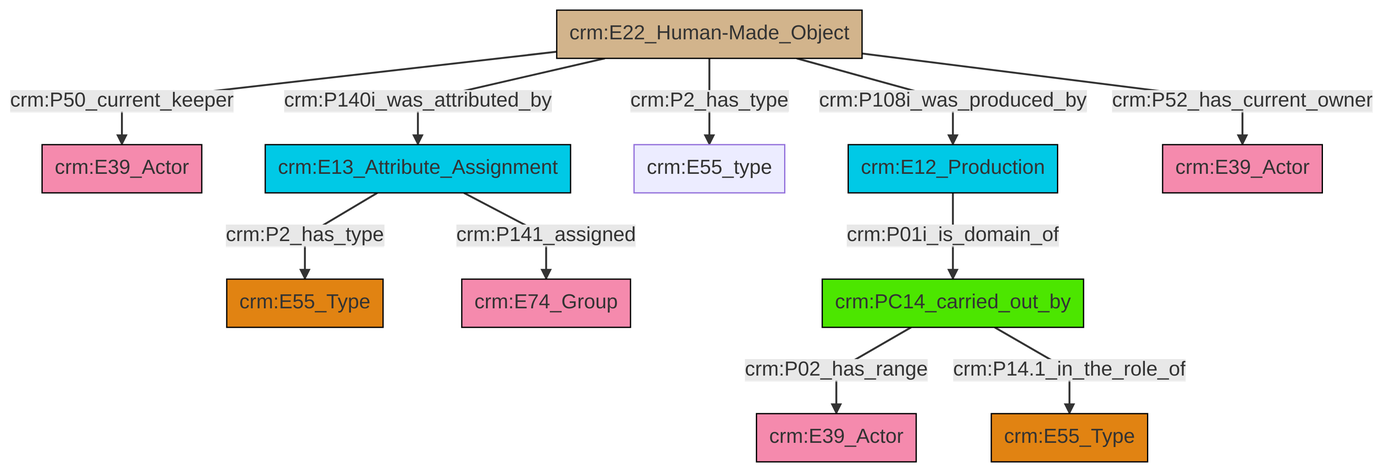
Earlier version of the Mermaid export et/artworkCSV/ttl/mmd/png/Artwork_Actor_Relations.png (swiss-art-research-net/reference-data-models). Its source is kept beside it as et/artworkCSV/ttl/mmd/Artwork_Actor_Relations.ttl.mmd.
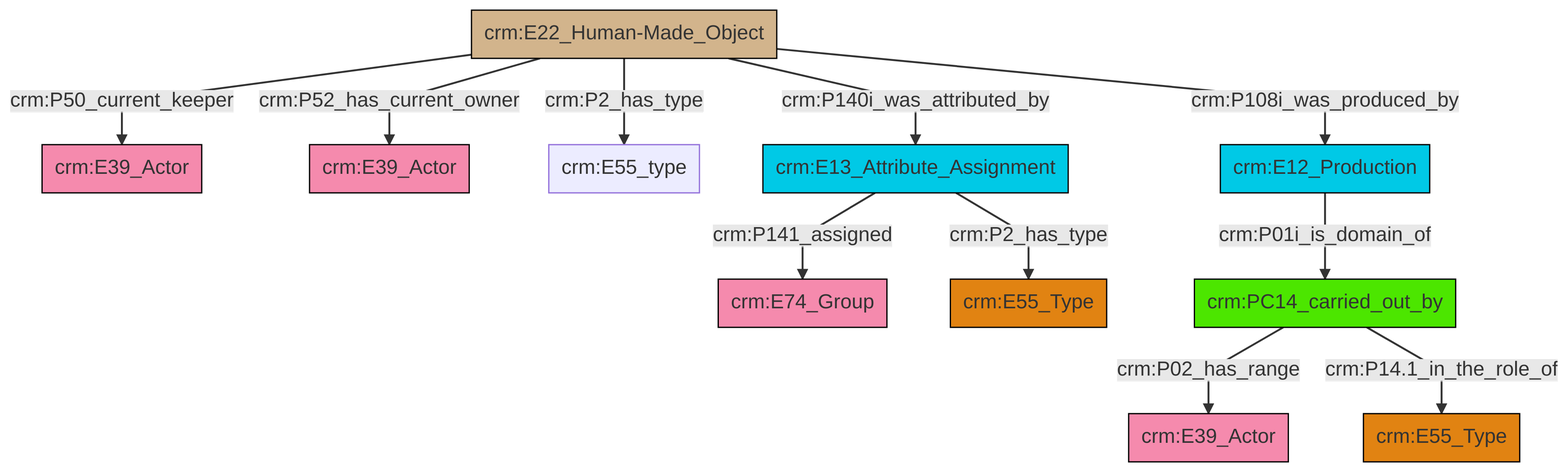
After the commit.

Change to the diagram source:
```diff
@@ -13,13 +13,13 @@
 classDef PC_Classes fill:#4ce600, stroke:#000000;
 classDef Multi fill:#cccccc,stroke:#000000;
 
-0["crm:E22_Human-Made_Object"]:::Physical_Thing -->|crm:P50_current_keeper| 1["crm:E39_Actor"]:::Actor
-0["crm:E22_Human-Made_Object"]:::Physical_Thing -->|crm:P140i_was_attributed_by| 4["crm:E13_Attribute_Assignment"]:::Temporal_Entity
-0["crm:E22_Human-Made_Object"]:::Physical_Thing -->|crm:P2_has_type| 7["crm:E55_type"]:::Default
-4["crm:E13_Attribute_Assignment"]:::Temporal_Entity -->|crm:P2_has_type| 2["crm:E55_Type"]:::Type
-5["crm:PC14_carried_out_by"]:::PC_Classes -->|crm:P02_has_range| 14["crm:E39_Actor"]:::Actor
-0["crm:E22_Human-Made_Object"]:::Physical_Thing -->|crm:P108i_was_produced_by| 16["crm:E12_Production"]:::Temporal_Entity
-16["crm:E12_Production"]:::Temporal_Entity -->|crm:P01i_is_domain_of| 5["crm:PC14_carried_out_by"]:::PC_Classes
-5["crm:PC14_carried_out_by"]:::PC_Classes -->|crm:P14.1_in_the_role_of| 12["crm:E55_Type"]:::Type
-4["crm:E13_Attribute_Assignment"]:::Temporal_Entity -->|crm:P141_assigned| 9["crm:E74_Group"]:::Actor
-0["crm:E22_Human-Made_Object"]:::Physical_Thing -->|crm:P52_has_current_owner| 19["crm:E39_Actor"]:::Actor
+0["crm:E13_Attribute_Assignment"]:::Temporal_Entity -->|crm:P141_assigned| 1["crm:E74_Group"]:::Actor
+2["crm:E22_Human-Made_Object"]:::Physical_Thing -->|crm:P50_current_keeper| 3["crm:E39_Actor"]:::Actor
+2["crm:E22_Human-Made_Object"]:::Physical_Thing -->|crm:P52_has_current_owner| 4["crm:E39_Actor"]:::Actor
+6["crm:E12_Production"]:::Temporal_Entity -->|crm:P01i_is_domain_of| 7["crm:PC14_carried_out_by"]:::PC_Classes
+7["crm:PC14_carried_out_by"]:::PC_Classes -->|crm:P02_has_range| 10["crm:E39_Actor"]:::Actor
+2["crm:E22_Human-Made_Object"]:::Physical_Thing -->|crm:P2_has_type| 12["crm:E55_type"]:::Default
+2["crm:E22_Human-Made_Object"]:::Physical_Thing -->|crm:P140i_was_attributed_by| 0["crm:E13_Attribute_Assignment"]:::Temporal_Entity
+2["crm:E22_Human-Made_Object"]:::Physical_Thing -->|crm:P108i_was_produced_by| 6["crm:E12_Production"]:::Temporal_Entity
+7["crm:PC14_carried_out_by"]:::PC_Classes -->|crm:P14.1_in_the_role_of| 13["crm:E55_Type"]:::Type
+0["crm:E13_Attribute_Assignment"]:::Temporal_Entity -->|crm:P2_has_type| 8["crm:E55_Type"]:::Type
```
